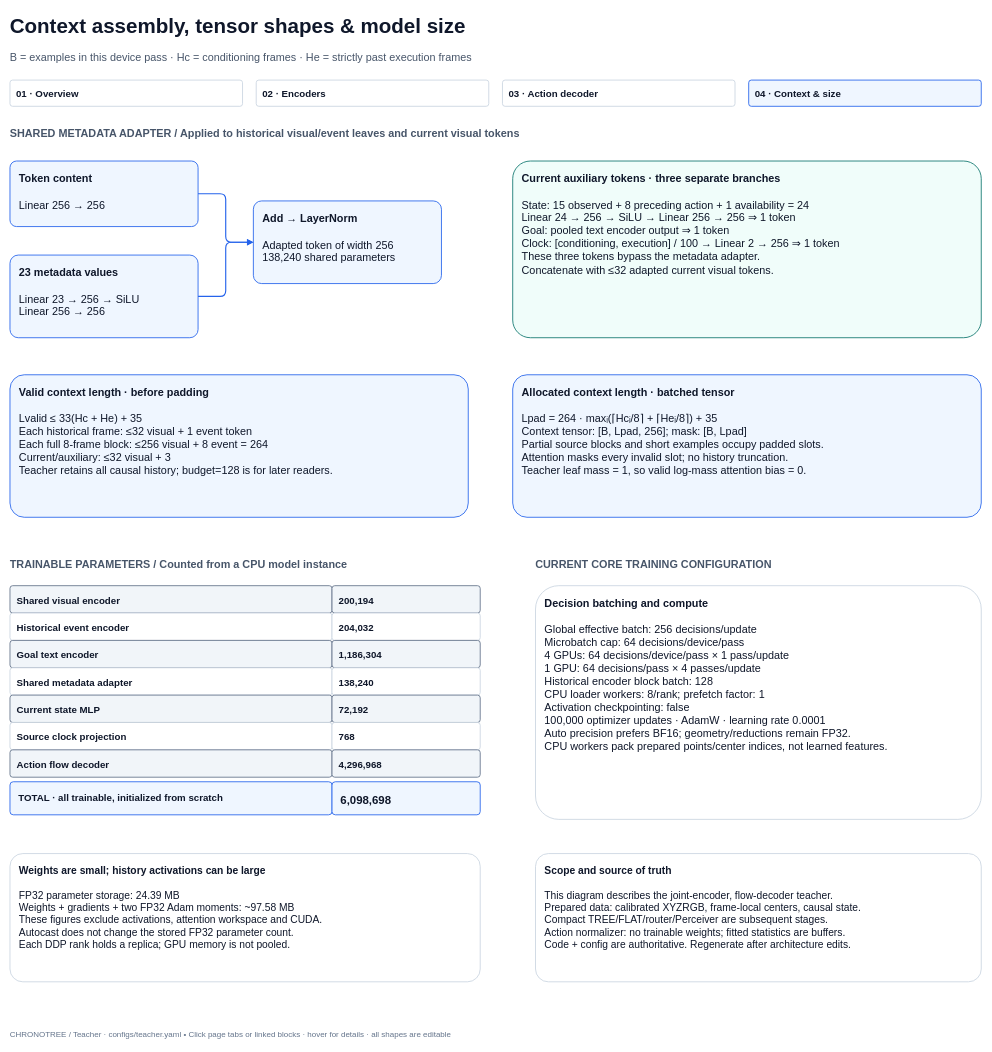
Before: page "04 · Context & size" (4 of 4) of docs/diagrams/teacher_architecture.drawio in Ricvalp/chronotree, a draw.io diagram. Source tidied: cells renumbered, new cells numbered last; positions are measured from the earlier drawing's top-left corner, leaving out a move shared by most shapes. Both pictures are drawn from the tidied source at 57%, with x=0, y=0 at pixel (10, 10).
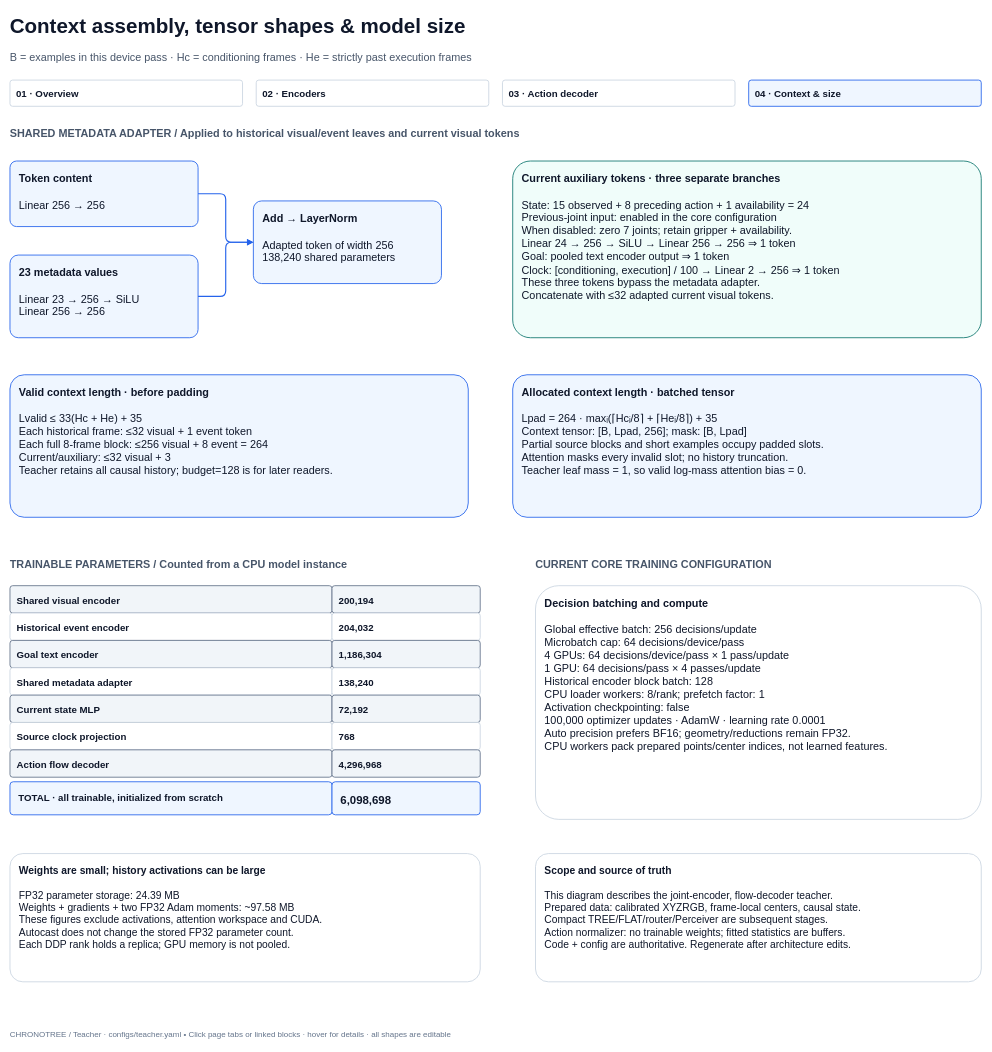
The same page after the edit.

What changed in the source:
```diff
@@
-    <mxCell id="14" value="&lt;b&gt;Current auxiliary tokens · three separate branches&lt;/b&gt;&lt;br&gt;&lt;br&gt;State: 15 observed + 8 preceding action + 1 availability = 24&lt;br&gt;Linear 24 → 256 → SiLU → Linear 256 → 256  ⇒  1 token&lt;br&gt;Goal: pooled text encoder output  ⇒  1 token&lt;br&gt;Clock: [conditioning, execution] / 100 → Linear 2 → 256  ⇒  1 token&lt;br&gt;These three tokens bypass the metadata adapter.&lt;br&gt;Concatenate with ≤32 adapted current visual tokens." style="rounded=1;arcSize=10;whiteSpace=wrap;html=1;fillColor=#F0FDFA;strokeColor=#0F766E;strokeWidth=1.5;align=left;verticalAlign=top;spacing=16;fontFamily=Arial;fontSize=19;fontColor=#0F172A;shadow=0;" parent="1" vertex="1">
+    <mxCell id="14" value="&lt;b&gt;Current auxiliary tokens · three separate branches&lt;/b&gt;&lt;br&gt;&lt;br&gt;State: 15 observed + 8 preceding action + 1 availability = 24&lt;br&gt;Previous-joint input: enabled in the core configuration&lt;br&gt;When disabled: zero 7 joints; retain gripper + availability.&lt;br&gt;Linear 24 → 256 → SiLU → Linear 256 → 256  ⇒  1 token&lt;br&gt;Goal: pooled text encoder output  ⇒  1 token&lt;br&gt;Clock: [conditioning, execution] / 100 → Linear 2 → 256  ⇒  1 token&lt;br&gt;These three tokens bypass the metadata adapter.&lt;br&gt;Concatenate with ≤32 adapted current visual tokens." style="rounded=1;arcSize=10;whiteSpace=wrap;html=1;fillColor=#F0FDFA;strokeColor=#0F766E;strokeWidth=1.5;align=left;verticalAlign=top;spacing=16;fontFamily=Arial;fontSize=19;fontColor=#0F172A;shadow=0;" parent="1" vertex="1">
       <mxGeometry x="882" y="265" width="822" height="310" as="geometry" />
     </mxCell>
```
